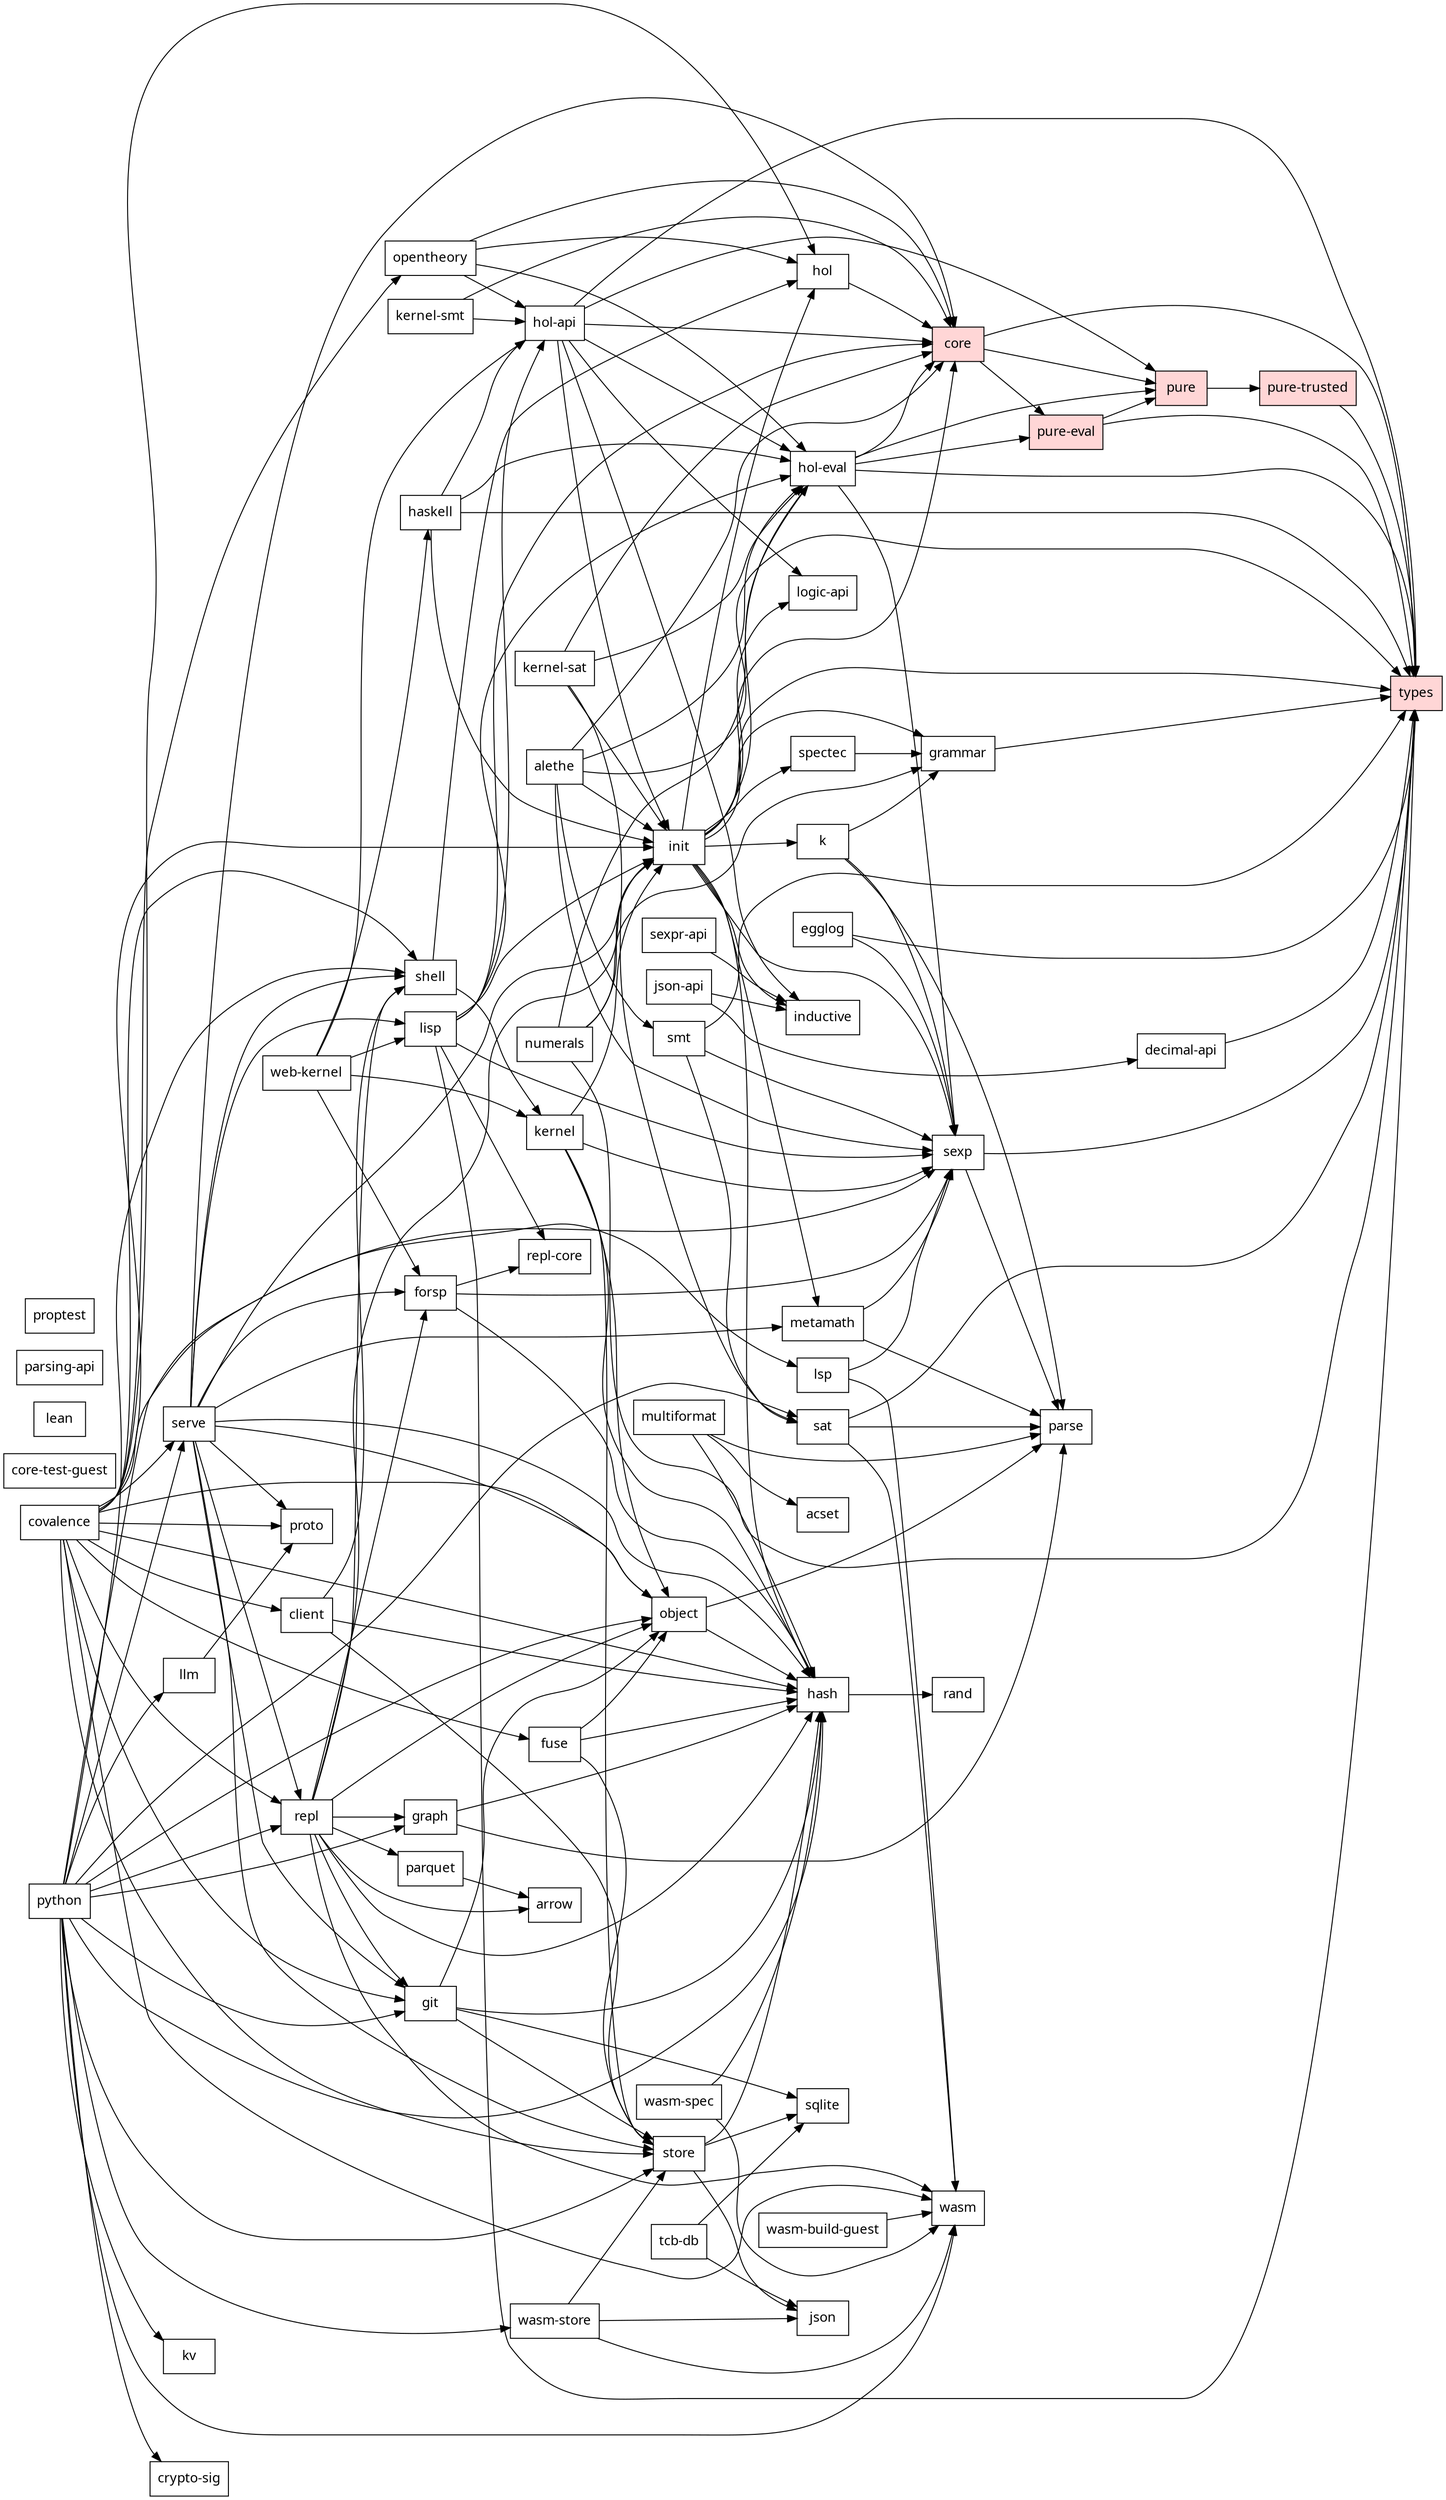
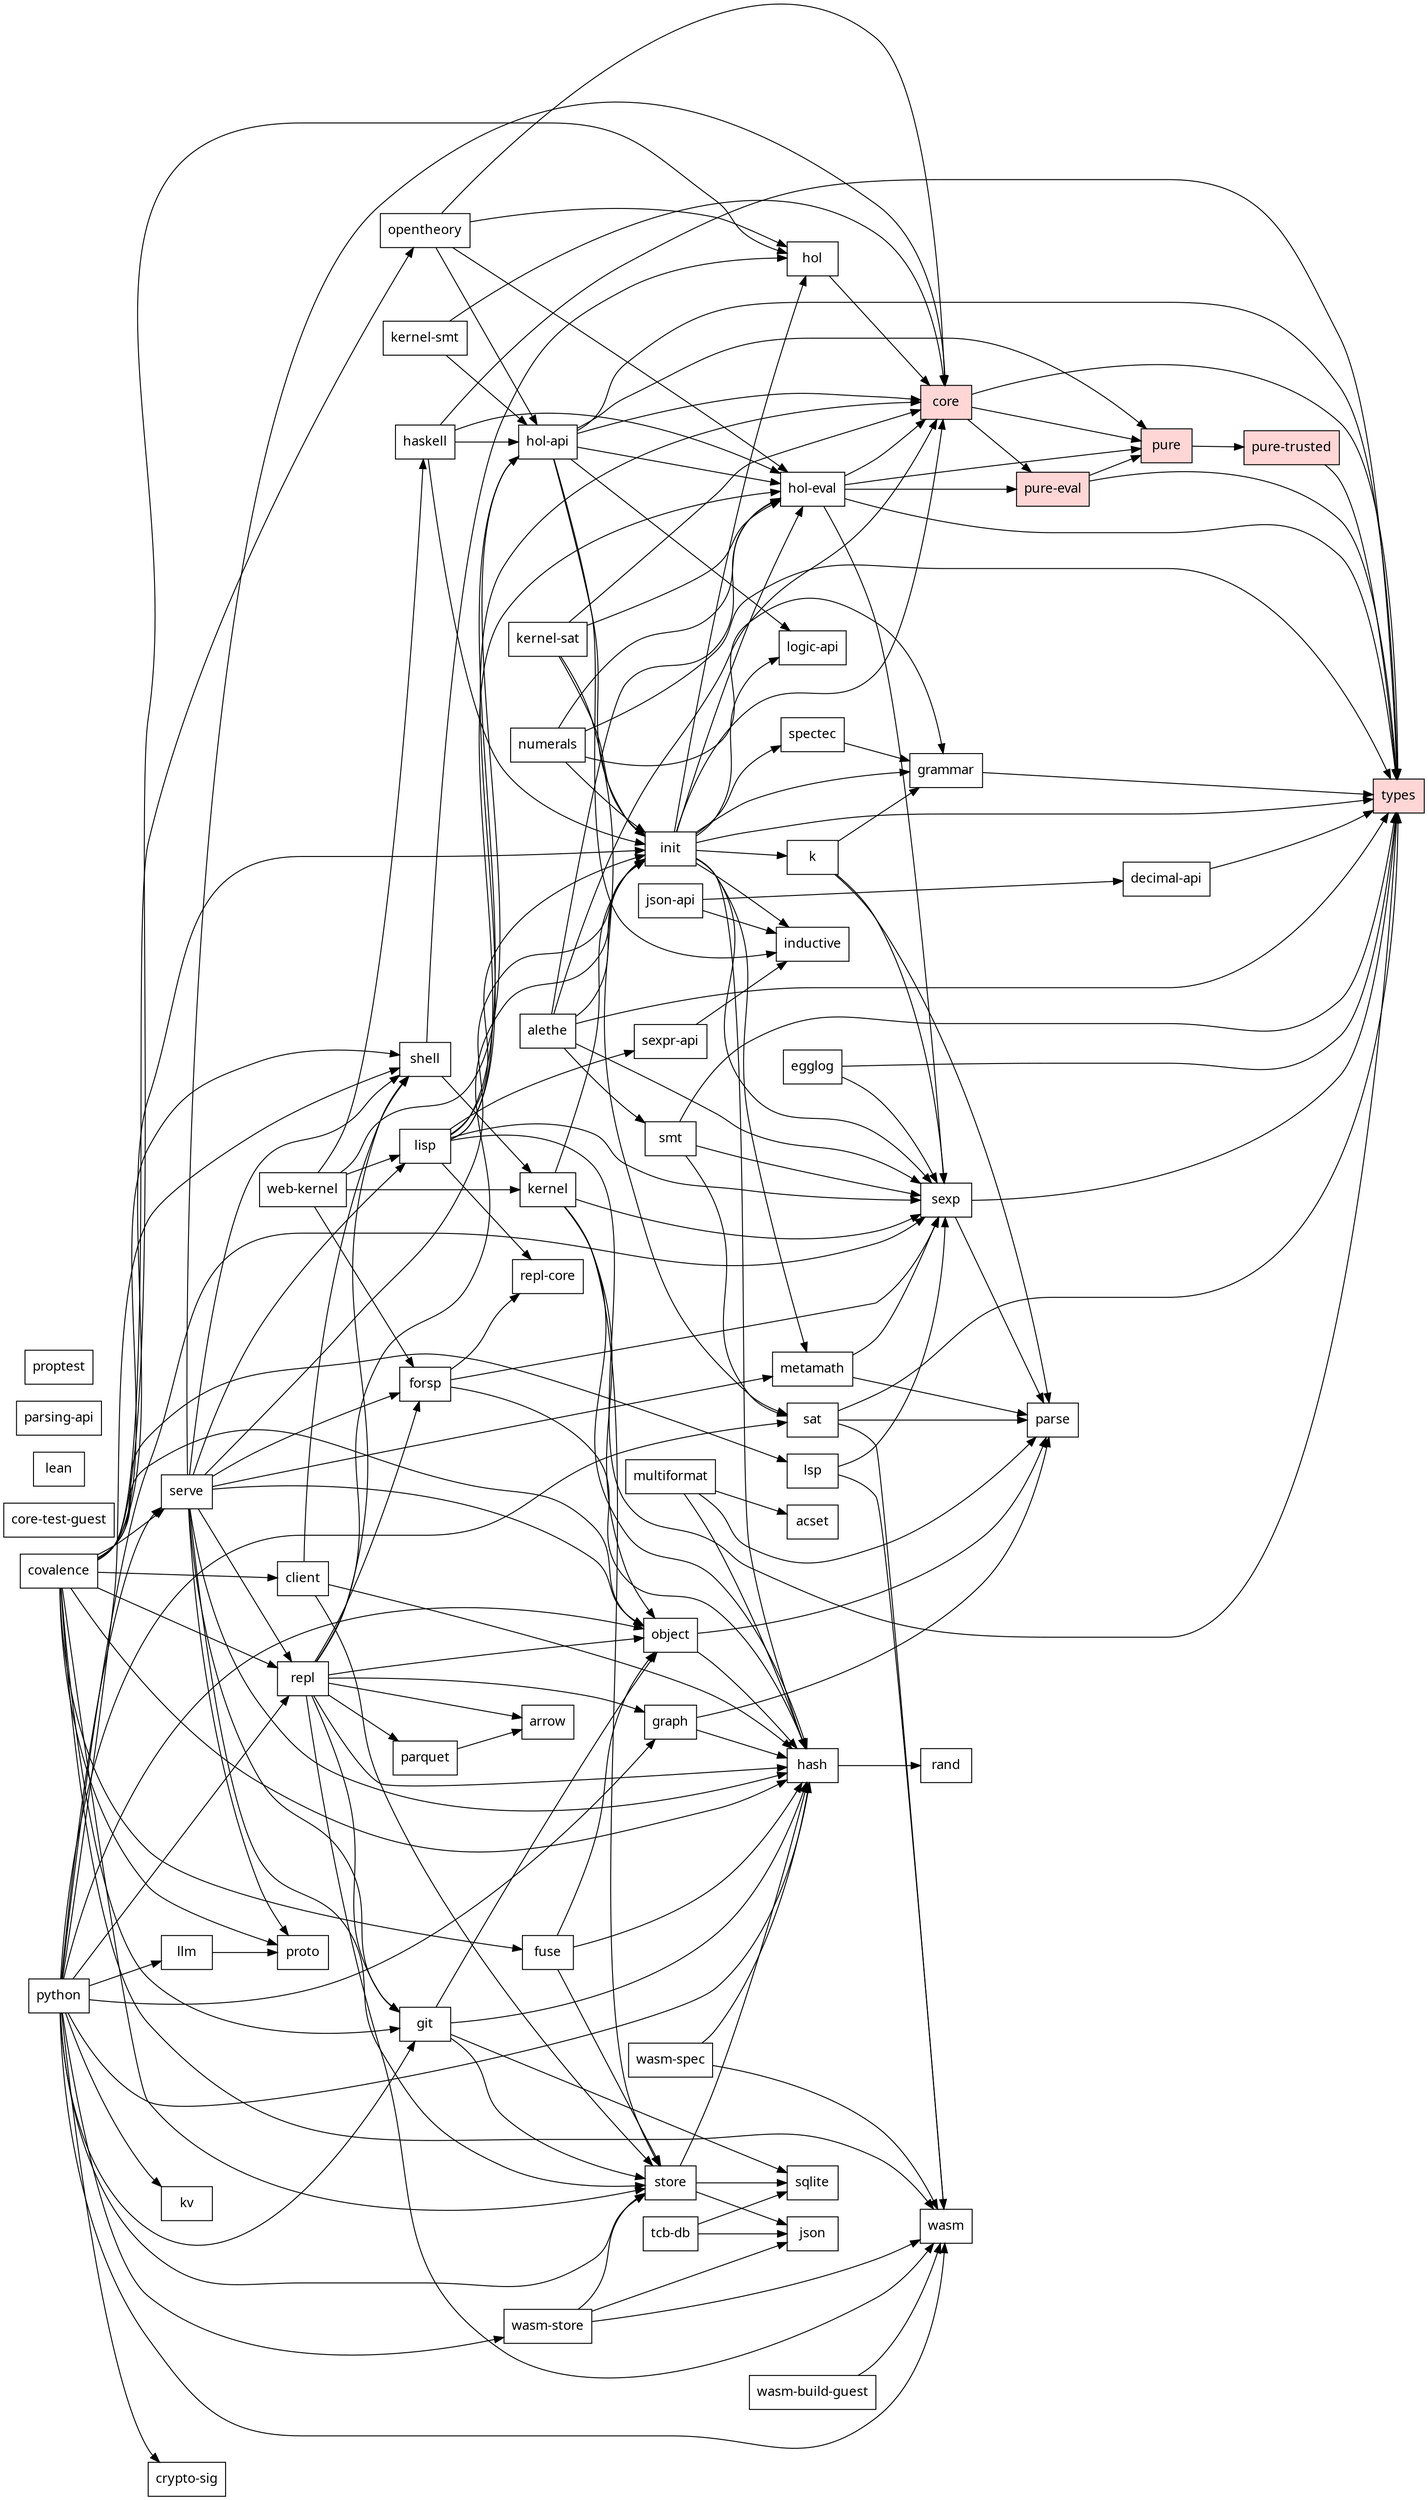
// Generated by scripts/dep-graph.mjs — do not edit (run `bun run deps`).
digraph deps {
  rankdir=LR;
  node [shape=box, fontname="sans-serif"];
  "covalence";
  "acset";
  "alethe";
  "arrow";
  "client";
  "core" [style=filled, fillcolor="#ffd6d6"];
  "core-test-guest";
  "crypto-sig";
  "decimal-api";
  "egglog";
  "forsp";
  "fuse";
  "git";
  "grammar";
  "graph";
  "hash";
  "haskell";
  "hol";
  "hol-api";
  "hol-eval";
  "inductive";
  "init";
  "json";
  "json-api";
  "k";
  "kernel";
  "kernel-sat";
  "kernel-smt";
  "kv";
  "lean";
  "lisp";
  "llm";
  "logic-api";
  "lsp";
  "metamath";
  "multiformat";
  "numerals";
  "object";
  "opentheory";
  "parquet";
  "parse";
  "parsing-api";
  "proptest";
  "proto";
  "pure" [style=filled, fillcolor="#ffd6d6"];
  "pure-eval" [style=filled, fillcolor="#ffd6d6"];
  "pure-trusted" [style=filled, fillcolor="#ffd6d6"];
  "python";
  "rand";
  "repl";
  "repl-core";
  "sat";
  "serve";
  "sexp";
  "sexpr-api";
  "shell";
  "smt";
  "spectec";
  "sqlite";
  "store";
  "tcb-db";
  "types" [style=filled, fillcolor="#ffd6d6"];
  "wasm";
  "wasm-build-guest";
  "wasm-spec";
  "wasm-store";
  "web-kernel";
  "covalence" -> "client";
  "covalence" -> "fuse";
  "covalence" -> "git";
  "covalence" -> "hash";
  "covalence" -> "hol";
  "covalence" -> "init";
  "covalence" -> "lsp";
  "covalence" -> "object";
  "covalence" -> "opentheory";
  "covalence" -> "proto";
  "covalence" -> "repl";
  "covalence" -> "serve";
  "covalence" -> "shell";
  "covalence" -> "store";
  "covalence" -> "wasm";
  "alethe" -> "core";
  "alethe" -> "hol-eval";
  "alethe" -> "init";
  "alethe" -> "sexp";
  "alethe" -> "smt";
  "alethe" -> "types";
  "client" -> "hash";
  "client" -> "shell";
  "client" -> "store";
  "core" -> "pure";
  "core" -> "pure-eval";
  "core" -> "types";
  "decimal-api" -> "types";
  "egglog" -> "sexp";
  "egglog" -> "types";
  "forsp" -> "hash";
  "forsp" -> "repl-core";
  "forsp" -> "sexp";
  "fuse" -> "hash";
  "fuse" -> "object";
  "fuse" -> "store";
  "git" -> "hash";
  "git" -> "object";
  "git" -> "sqlite";
  "git" -> "store";
  "grammar" -> "types";
  "graph" -> "hash";
  "graph" -> "parse";
  "hash" -> "rand";
  "haskell" -> "hol-api";
  "haskell" -> "hol-eval";
  "haskell" -> "init";
  "haskell" -> "types";
  "hol" -> "core";
  "hol-api" -> "core";
  "hol-api" -> "hol-eval";
  "hol-api" -> "inductive";
  "hol-api" -> "init";
  "hol-api" -> "logic-api";
  "hol-api" -> "pure";
  "hol-api" -> "types";
  "hol-eval" -> "core";
  "hol-eval" -> "pure";
  "hol-eval" -> "pure-eval";
  "hol-eval" -> "sexp";
  "hol-eval" -> "types";
  "init" -> "core";
  "init" -> "grammar";
  "init" -> "hash";
  "init" -> "hol";
  "init" -> "hol-eval";
  "init" -> "inductive";
  "init" -> "k";
  "init" -> "logic-api";
  "init" -> "metamath";
  "init" -> "sexp";
  "init" -> "spectec";
  "init" -> "types";
  "json-api" -> "decimal-api";
  "json-api" -> "inductive";
  "k" -> "grammar";
  "k" -> "parse";
  "k" -> "sexp";
  "kernel" -> "hash";
  "kernel" -> "init";
  "kernel" -> "object";
  "kernel" -> "sexp";
  "kernel" -> "store";
  "kernel-sat" -> "core";
  "kernel-sat" -> "hol-eval";
  "kernel-sat" -> "init";
  "kernel-sat" -> "sat";
  "kernel-smt" -> "core";
  "kernel-smt" -> "hol-api";
  "lisp" -> "core";
  "lisp" -> "hol-api";
  "lisp" -> "hol-eval";
  "lisp" -> "init";
  "lisp" -> "repl-core";
  "lisp" -> "sexp";
+   "lisp" -> "sexpr-api";
  "lisp" -> "types";
  "llm" -> "proto";
  "lsp" -> "sexp";
  "lsp" -> "wasm";
  "metamath" -> "parse";
  "metamath" -> "sexp";
  "multiformat" -> "acset";
  "multiformat" -> "hash";
  "multiformat" -> "parse";
  "numerals" -> "grammar";
  "numerals" -> "hol-eval";
  "numerals" -> "init";
  "numerals" -> "types";
  "object" -> "hash";
  "object" -> "parse";
  "opentheory" -> "core";
  "opentheory" -> "hol";
  "opentheory" -> "hol-api";
  "opentheory" -> "hol-eval";
  "parquet" -> "arrow";
  "pure" -> "pure-trusted";
  "pure-eval" -> "pure";
  "pure-eval" -> "types";
  "pure-trusted" -> "types";
  "python" -> "crypto-sig";
  "python" -> "git";
  "python" -> "graph";
  "python" -> "hash";
  "python" -> "kv";
  "python" -> "llm";
  "python" -> "object";
  "python" -> "repl";
  "python" -> "sat";
  "python" -> "serve";
  "python" -> "sexp";
  "python" -> "shell";
  "python" -> "store";
  "python" -> "wasm";
  "python" -> "wasm-store";
  "repl" -> "arrow";
  "repl" -> "forsp";
  "repl" -> "git";
  "repl" -> "graph";
  "repl" -> "hash";
  "repl" -> "init";
  "repl" -> "object";
  "repl" -> "parquet";
  "repl" -> "shell";
  "repl" -> "wasm";
  "sat" -> "parse";
  "sat" -> "types";
  "sat" -> "wasm";
  "serve" -> "core";
  "serve" -> "forsp";
  "serve" -> "git";
  "serve" -> "hash";
  "serve" -> "init";
  "serve" -> "lisp";
  "serve" -> "metamath";
  "serve" -> "object";
  "serve" -> "proto";
  "serve" -> "repl";
  "serve" -> "shell";
  "serve" -> "store";
  "sexp" -> "parse";
  "sexp" -> "types";
  "sexpr-api" -> "inductive";
  "shell" -> "hol";
  "shell" -> "kernel";
  "smt" -> "sat";
  "smt" -> "sexp";
  "smt" -> "types";
  "spectec" -> "grammar";
  "store" -> "hash";
  "store" -> "json";
  "store" -> "sqlite";
  "tcb-db" -> "json";
  "tcb-db" -> "sqlite";
  "wasm-build-guest" -> "wasm";
  "wasm-spec" -> "hash";
  "wasm-spec" -> "wasm";
  "wasm-store" -> "json";
  "wasm-store" -> "store";
  "wasm-store" -> "wasm";
  "web-kernel" -> "forsp";
  "web-kernel" -> "haskell";
  "web-kernel" -> "hol-api";
  "web-kernel" -> "kernel";
  "web-kernel" -> "lisp";
}
